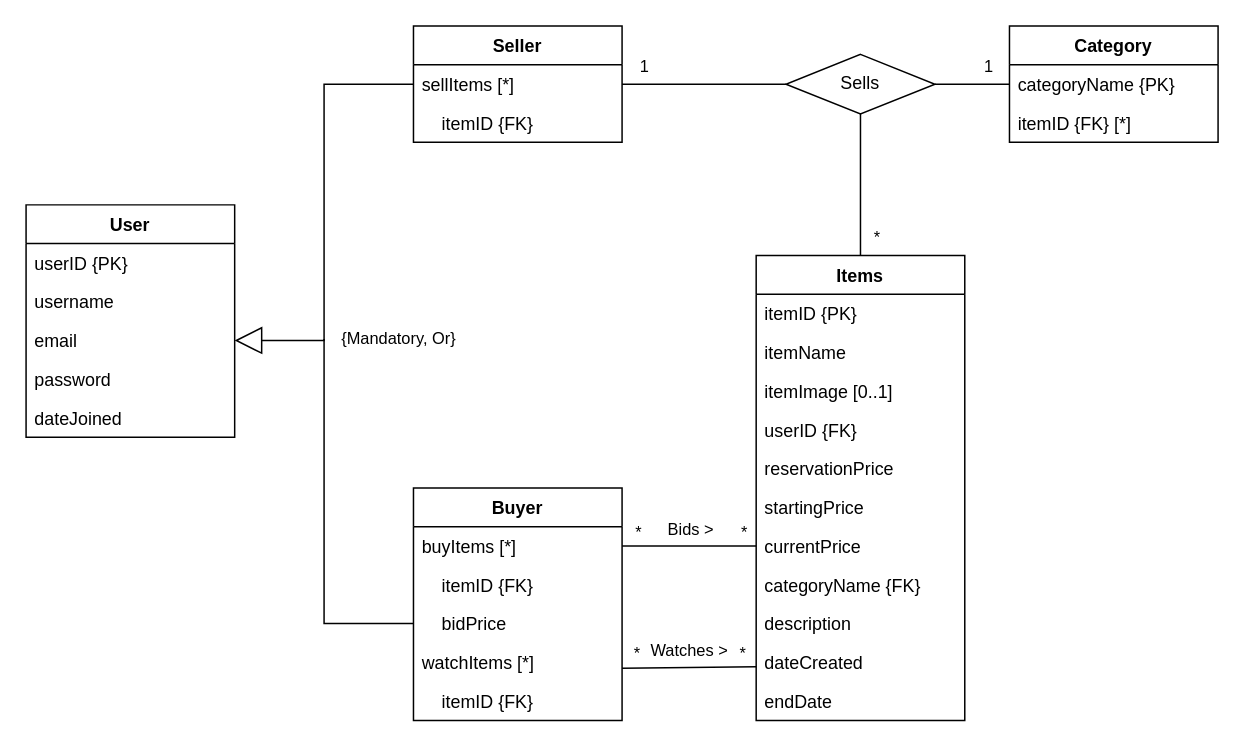
The draw.io diagram erdiagram.drawio in wenzhaojia2000/auction, before the edit. Source tidied: cells renumbered, new cells numbered last; positions are measured from the earlier drawing's top-left corner, leaving out a move shared by most shapes. Both pictures are drawn from the tidied source at 149%, with x=0, y=0 at pixel (25, 25).
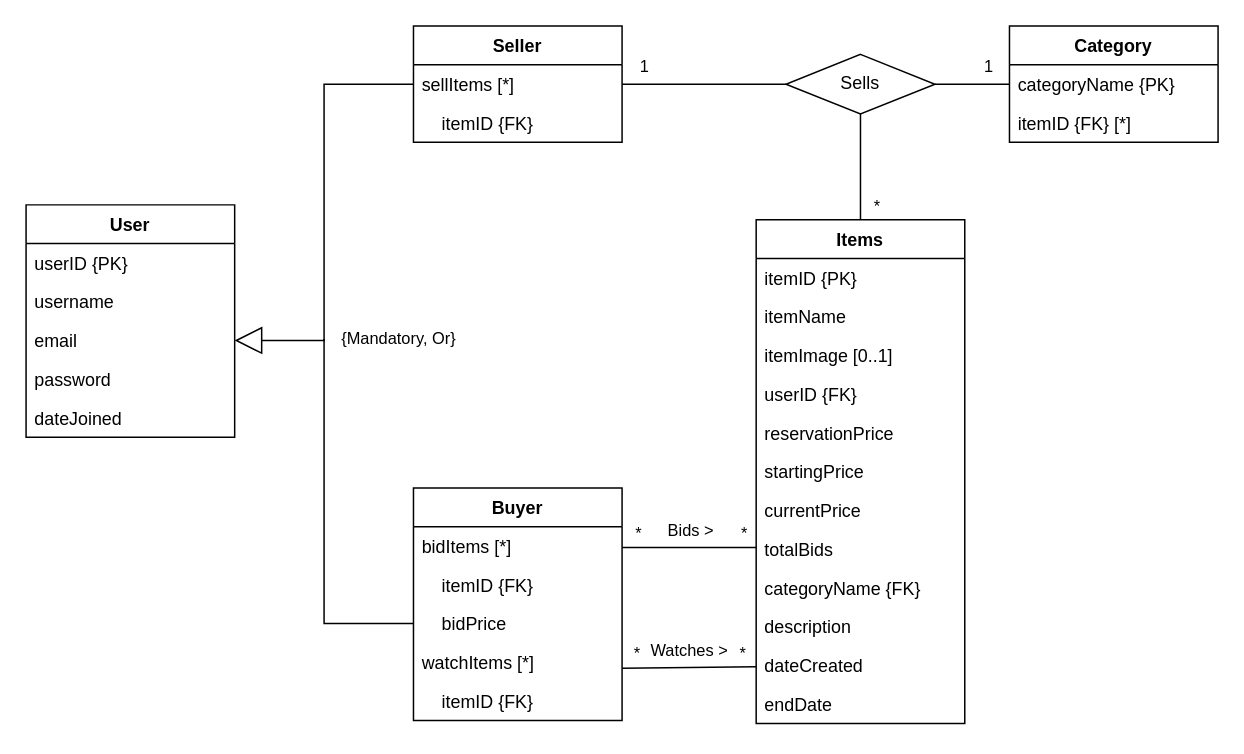
Above is the later version.

Commit message:
Adds bidPrice to ER diagram

Unchanged cells that the change refers to:
```xml
<mxCell id="12" value="Buyer" style="swimlane;fontStyle=1;horizontal=1;startSize=26;fillColor=none;" parent="1" vertex="1">
  <mxGeometry x="260" y="310" width="140" height="156" as="geometry" />
</mxCell>
<mxCell id="26" value="currentPrice" style="text;strokeColor=none;fillColor=none;align=left;verticalAlign=top;spacingLeft=4;spacingRight=4;overflow=hidden;points=[[0,0.5],[1,0.5]];portConstraint=eastwest;" parent="19" vertex="1">
  <mxGeometry y="182" width="140" height="26" as="geometry" />
</mxCell>
```

What changed in the source:
```diff
@@
-    <mxCell id="13" value="buyItems [*]" style="text;strokeColor=none;fillColor=none;align=left;verticalAlign=top;spacingLeft=4;spacingRight=4;overflow=hidden;points=[[0,0.5],[1,0.5]];portConstraint=eastwest;" parent="12" vertex="1">
+    <mxCell id="13" value="bidItems [*]" style="text;strokeColor=none;fillColor=none;align=left;verticalAlign=top;spacingLeft=4;spacingRight=4;overflow=hidden;points=[[0,0.5],[1,0.5]];portConstraint=eastwest;" parent="12" vertex="1">
       <mxGeometry y="26" width="140" height="26" as="geometry" />
     </mxCell>
@@
     <mxCell id="19" value="Items" style="swimlane;fontStyle=1;horizontal=1;startSize=26;fillColor=none;" parent="1" vertex="1">
-      <mxGeometry x="490" y="154" width="140" height="312" as="geometry" />
+      <mxGeometry x="490" y="130" width="140" height="338" as="geometry" />
     </mxCell>
@@
+    <mxCell id="49" value="totalBids" style="text;strokeColor=none;fillColor=none;align=left;verticalAlign=top;spacingLeft=4;spacingRight=4;overflow=hidden;" parent="19" vertex="1">
+      <mxGeometry y="208" width="140" height="26" as="geometry" />
+    </mxCell>
     <mxCell id="27" value="categoryName {FK}" style="text;strokeColor=none;fillColor=none;align=left;verticalAlign=top;spacingLeft=4;spacingRight=4;overflow=hidden;" parent="19" vertex="1">
-      <mxGeometry y="208" width="140" height="26" as="geometry" />
+      <mxGeometry y="234" width="140" height="26" as="geometry" />
     </mxCell>
     <mxCell id="28" value="description" style="text;strokeColor=none;fillColor=none;align=left;verticalAlign=top;spacingLeft=4;spacingRight=4;overflow=hidden;" parent="19" vertex="1">
-      <mxGeometry y="234" width="140" height="26" as="geometry" />
+      <mxGeometry y="260" width="140" height="26" as="geometry" />
     </mxCell>
     <mxCell id="29" value="dateCreated" style="text;strokeColor=none;fillColor=none;align=left;verticalAlign=top;spacingLeft=4;spacingRight=4;overflow=hidden;" parent="19" vertex="1">
-      <mxGeometry y="260" width="140" height="26" as="geometry" />
+      <mxGeometry y="286" width="140" height="26" as="geometry" />
     </mxCell>
     <mxCell id="30" value="endDate" style="text;strokeColor=none;fillColor=none;align=left;verticalAlign=top;spacingLeft=4;spacingRight=4;overflow=hidden;" parent="19" vertex="1">
-      <mxGeometry y="286" width="140" height="26" as="geometry" />
+      <mxGeometry y="312" width="140" height="26" as="geometry" />
     </mxCell>
@@
-    <mxCell id="41" style="edgeStyle=orthogonalEdgeStyle;rounded=0;jettySize=auto;html=1;entryX=0;entryY=0.5;entryDx=0;entryDy=0;endArrow=none;endFill=0;" parent="1" edge="1" source="13" target="26">
+    <mxCell id="41" style="edgeStyle=orthogonalEdgeStyle;rounded=0;jettySize=auto;html=1;endArrow=none;endFill=0;" parent="1" edge="1" source="13">
       <mxGeometry relative="1" as="geometry">
+        <mxPoint x="490" y="350" as="targetPoint" />
         <Array as="points">
           <mxPoint x="490" y="350" />
         </Array>
       </mxGeometry>
     </mxCell>
```
